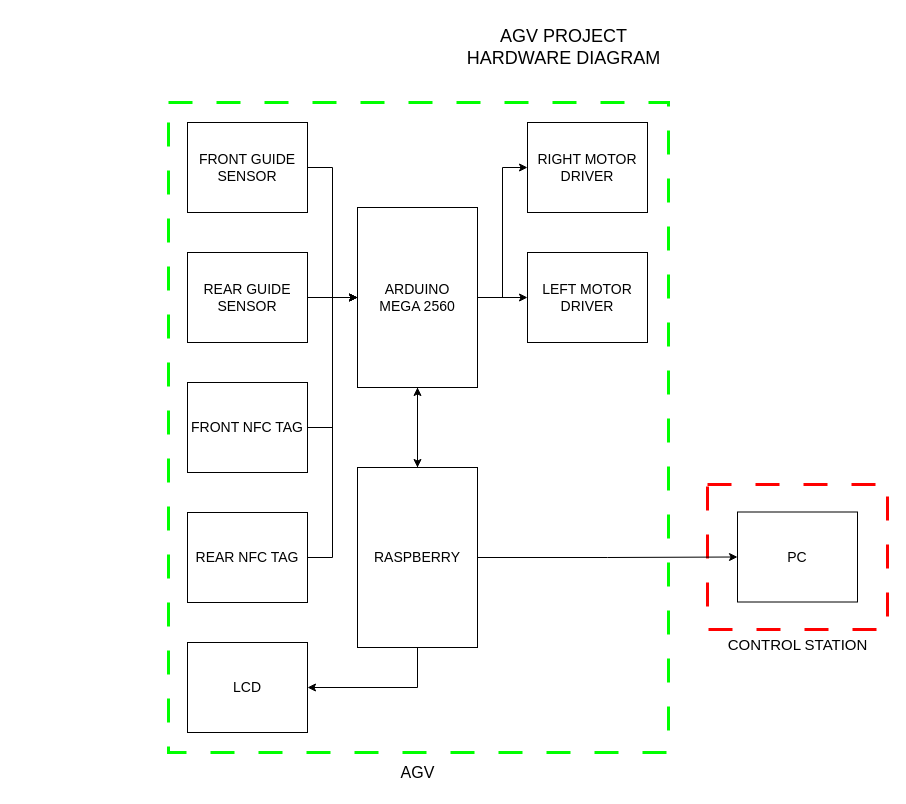
Earlier version of the draw.io diagram page "LF Version" (1 of 2) of Electrical/Breakdown/AGV Hardware Diagram.drawio (AlfonsusGiovanni/Automated-Guided-Vehicle). Source tidied: cells renumbered, new cells numbered last; positions are measured from the earlier drawing's top-left corner, leaving out a move shared by most shapes. Both pictures are drawn from the tidied source at 100%, with x=0, y=0 at pixel (168, 17).
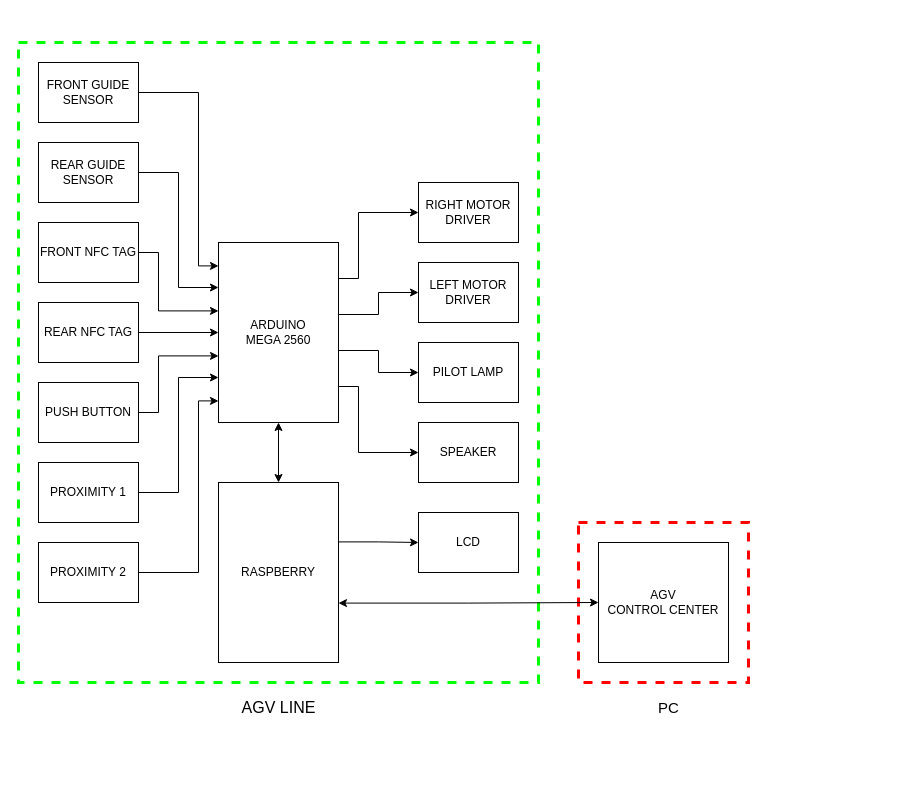
The same page after the edit.

The edit, as a diff of the source:
```diff
@@
-    <mxCell id="2" style="whiteSpace=wrap;html=1;fillColor=none;dashed=1;dashPattern=8 8;strokeWidth=3;strokeColor=#FF0000;" parent="1" vertex="1">
-      <mxGeometry x="539" y="467" width="180" height="145" as="geometry" />
+    <mxCell id="2" style="whiteSpace=wrap;html=1;fillColor=none;dashed=1;strokeWidth=3;strokeColor=#FF0000;" parent="1" vertex="1">
+      <mxGeometry x="410" y="505" width="170" height="160" as="geometry" />
     </mxCell>
-    <mxCell id="3" style="whiteSpace=wrap;html=1;fillColor=none;dashed=1;dashPattern=8 8;strokeWidth=3;strokeColor=#00FF00;" parent="1" vertex="1">
-      <mxGeometry y="85" width="500" height="650" as="geometry" />
+    <mxCell id="3" style="whiteSpace=wrap;html=1;fillColor=none;dashed=1;strokeWidth=3;strokeColor=#00FF00;" parent="1" vertex="1">
+      <mxGeometry x="-150" y="25" width="520" height="640" as="geometry" />
     </mxCell>
-    <mxCell id="4" style="edgeStyle=orthogonalEdgeStyle;rounded=0;jettySize=auto;html=1;exitX=1;exitY=0.5;exitDx=0;exitDy=0;entryX=0;entryY=0.5;entryDx=0;entryDy=0;" parent="1" edge="1" source="7" target="20">
-      <mxGeometry relative="1" as="geometry" />
+    <mxCell id="4" style="edgeStyle=orthogonalEdgeStyle;rounded=0;jettySize=auto;html=1;exitX=1;exitY=0.2;exitDx=0;exitDy=0;exitPerimeter=0;entryX=0;entryY=0.5;entryDx=0;entryDy=0;" parent="1" edge="1" source="7" target="20">
+      <mxGeometry relative="1" as="geometry">
+        <Array as="points">
+          <mxPoint x="190" y="261" />
+          <mxPoint x="190" y="195" />
+        </Array>
+      </mxGeometry>
     </mxCell>
-    <mxCell id="5" style="edgeStyle=orthogonalEdgeStyle;rounded=0;jettySize=auto;html=1;exitX=1;exitY=0.5;exitDx=0;exitDy=0;entryX=0;entryY=0.5;entryDx=0;entryDy=0;" parent="1" edge="1" source="7" target="21">
-      <mxGeometry relative="1" as="geometry" />
+    <mxCell id="5" style="edgeStyle=orthogonalEdgeStyle;rounded=0;jettySize=auto;html=1;exitX=1;exitY=0.4;exitDx=0;exitDy=0;exitPerimeter=0;entryX=0;entryY=0.5;entryDx=0;entryDy=0;" parent="1" edge="1" source="7" target="21">
+      <mxGeometry relative="1" as="geometry">
+        <Array as="points">
+          <mxPoint x="210" y="297" />
+          <mxPoint x="210" y="275" />
+        </Array>
+      </mxGeometry>
     </mxCell>
+    <mxCell id="27" style="edgeStyle=orthogonalEdgeStyle;rounded=0;jettySize=auto;html=1;exitX=1;exitY=0.6;exitDx=0;exitDy=0;exitPerimeter=0;entryX=0;entryY=0.5;entryDx=0;entryDy=0;" parent="1" edge="1" source="7" target="31">
+      <mxGeometry relative="1" as="geometry">
+        <Array as="points">
+          <mxPoint x="210" y="333" />
+          <mxPoint x="210" y="355" />
+        </Array>
+      </mxGeometry>
+    </mxCell>
+    <mxCell id="28" style="edgeStyle=orthogonalEdgeStyle;rounded=0;jettySize=auto;html=1;exitX=1;exitY=0.8;exitDx=0;exitDy=0;exitPerimeter=0;entryX=0;entryY=0.5;entryDx=0;entryDy=0;" parent="1" edge="1" source="7" target="32">
+      <mxGeometry relative="1" as="geometry">
+        <Array as="points">
+          <mxPoint x="190" y="369" />
+          <mxPoint x="190" y="435" />
+        </Array>
+      </mxGeometry>
+    </mxCell>
-    <mxCell id="6" style="edgeStyle=orthogonalEdgeStyle;rounded=0;jettySize=auto;html=1;exitX=0.5;exitY=1;exitDx=0;exitDy=0;entryX=0.5;entryY=0;entryDx=0;entryDy=0;" parent="1" edge="1" source="7" target="11">
+    <mxCell id="6" style="edgeStyle=orthogonalEdgeStyle;rounded=0;jettySize=auto;html=1;exitX=0.5;exitY=1;exitDx=0;exitDy=0;exitPerimeter=0;entryX=0.5;entryY=0;entryDx=0;entryDy=0;startArrow=classic;startFill=1;" parent="1" edge="1" source="7" target="11">
       <mxGeometry relative="1" as="geometry" />
     </mxCell>
-    <mxCell id="7" value="ARDUINO&lt;br style=&quot;font-size: 14px;&quot;&gt;MEGA 2560" style="rounded=0;whiteSpace=wrap;html=1;fillColor=none;fontSize=14;" parent="1" vertex="1">
-      <mxGeometry x="189" y="190" width="120" height="180" as="geometry" />
+    <mxCell id="7" value="ARDUINO&lt;br style=&quot;font-size: 12px;&quot;&gt;MEGA 2560" style="rounded=0;whiteSpace=wrap;html=1;fillColor=none;fontSize=12;points=[[0,0,0,0,0],[0,0.13,0,0,0],[0,0.25,0,0,0],[0,0.38,0,0,0],[0,0.5,0,0,0],[0,0.63,0,0,0],[0,0.75,0,0,0],[0,0.88,0,0,0],[0,1,0,0,0],[0.25,0,0,0,0],[0.25,1,0,0,0],[0.5,0,0,0,0],[0.5,1,0,0,0],[0.75,0,0,0,0],[0.75,1,0,0,0],[1,0,0,0,0],[1,0.2,0,0,0],[1,0.4,0,0,0],[1,0.6,0,0,0],[1,0.8,0,0,0],[1,1,0,0,0]];" parent="1" vertex="1">
+      <mxGeometry x="50" y="225" width="120" height="180" as="geometry" />
     </mxCell>
-    <mxCell id="8" style="edgeStyle=orthogonalEdgeStyle;rounded=0;jettySize=auto;html=1;exitX=0.5;exitY=1;exitDx=0;exitDy=0;entryX=1;entryY=0.5;entryDx=0;entryDy=0;" parent="1" edge="1" source="11" target="22">
+    <mxCell id="8" style="edgeStyle=orthogonalEdgeStyle;rounded=0;jettySize=auto;html=1;exitX=1;exitY=0.33;exitDx=0;exitDy=0;exitPerimeter=0;entryX=0;entryY=0.5;entryDx=0;entryDy=0;" parent="1" edge="1" source="11" target="22">
       <mxGeometry relative="1" as="geometry" />
     </mxCell>
-    <mxCell id="9" style="edgeStyle=orthogonalEdgeStyle;rounded=0;jettySize=auto;html=1;exitX=0.5;exitY=0;exitDx=0;exitDy=0;entryX=0.5;entryY=1;entryDx=0;entryDy=0;" parent="1" edge="1" source="11" target="7">
-      <mxGeometry relative="1" as="geometry" />
-    </mxCell>
-    <mxCell id="10" style="edgeStyle=orthogonalEdgeStyle;rounded=0;jettySize=auto;html=1;exitX=1;exitY=0.5;exitDx=0;exitDy=0;entryX=0;entryY=0.5;entryDx=0;entryDy=0;" parent="1" edge="1" source="11" target="23">
+    <mxCell id="10" style="edgeStyle=orthogonalEdgeStyle;rounded=0;jettySize=auto;html=1;exitX=1;exitY=0.67;exitDx=0;exitDy=0;exitPerimeter=0;entryX=0;entryY=0.5;entryDx=0;entryDy=0;startArrow=classic;startFill=1;" parent="1" edge="1" source="11" target="23">
       <mxGeometry relative="1" as="geometry" />
     </mxCell>
-    <mxCell id="11" value="RASPBERRY" style="rounded=0;whiteSpace=wrap;html=1;fillColor=none;fontSize=14;" parent="1" vertex="1">
-      <mxGeometry x="189" y="450" width="120" height="180" as="geometry" />
+    <mxCell id="11" value="RASPBERRY" style="rounded=0;whiteSpace=wrap;html=1;fillColor=none;fontSize=12;points=[[0,0,0,0,0],[0,0.25,0,0,0],[0,0.5,0,0,0],[0,0.75,0,0,0],[0,1,0,0,0],[0.25,0,0,0,0],[0.25,1,0,0,0],[0.5,0,0,0,0],[0.5,1,0,0,0],[0.75,0,0,0,0],[0.75,1,0,0,0],[1,0,0,0,0],[1,0.33,0,0,0],[1,0.67,0,0,0],[1,1,0,0,0]];" parent="1" vertex="1">
+      <mxGeometry x="50" y="465" width="120" height="180" as="geometry" />
     </mxCell>
-    <mxCell id="12" style="edgeStyle=orthogonalEdgeStyle;rounded=0;jettySize=auto;html=1;exitX=1;exitY=0.5;exitDx=0;exitDy=0;entryX=0;entryY=0.5;entryDx=0;entryDy=0;" parent="1" edge="1" source="13" target="7">
-      <mxGeometry relative="1" as="geometry" />
-    </mxCell>
-    <mxCell id="13" value="FRONT GUIDE SENSOR" style="rounded=0;whiteSpace=wrap;html=1;fillColor=none;fontSize=14;" parent="1" vertex="1">
-      <mxGeometry x="19" y="105" width="120" height="90" as="geometry" />
+    <mxCell id="13" value="FRONT GUIDE SENSOR" style="rounded=0;whiteSpace=wrap;html=1;fillColor=none;fontSize=12;" parent="1" vertex="1">
+      <mxGeometry x="-130" y="45" width="100" height="60" as="geometry" />
     </mxCell>
-    <mxCell id="14" style="edgeStyle=orthogonalEdgeStyle;rounded=0;jettySize=auto;html=1;exitX=1;exitY=0.5;exitDx=0;exitDy=0;entryX=0;entryY=0.5;entryDx=0;entryDy=0;" parent="1" edge="1" source="15" target="7">
-      <mxGeometry relative="1" as="geometry" />
-    </mxCell>
-    <mxCell id="15" value="REAR GUIDE SENSOR" style="rounded=0;whiteSpace=wrap;html=1;fillColor=none;fontSize=14;" parent="1" vertex="1">
-      <mxGeometry x="19" y="235" width="120" height="90" as="geometry" />
+    <mxCell id="15" value="REAR GUIDE SENSOR" style="rounded=0;whiteSpace=wrap;html=1;fillColor=none;fontSize=12;" parent="1" vertex="1">
+      <mxGeometry x="-130" y="125" width="100" height="60" as="geometry" />
     </mxCell>
-    <mxCell id="16" style="edgeStyle=orthogonalEdgeStyle;rounded=0;jettySize=auto;html=1;exitX=1;exitY=0.5;exitDx=0;exitDy=0;entryX=0;entryY=0.5;entryDx=0;entryDy=0;" parent="1" edge="1" source="17" target="7">
-      <mxGeometry relative="1" as="geometry" />
-    </mxCell>
-    <mxCell id="17" value="FRONT NFC TAG" style="rounded=0;whiteSpace=wrap;html=1;fillColor=none;fontSize=14;" parent="1" vertex="1">
-      <mxGeometry x="19" y="365" width="120" height="90" as="geometry" />
+    <mxCell id="17" value="FRONT NFC TAG" style="rounded=0;whiteSpace=wrap;html=1;fillColor=none;fontSize=12;" parent="1" vertex="1">
+      <mxGeometry x="-130" y="205" width="100" height="60" as="geometry" />
     </mxCell>
-    <mxCell id="18" style="edgeStyle=orthogonalEdgeStyle;rounded=0;jettySize=auto;html=1;exitX=1;exitY=0.5;exitDx=0;exitDy=0;entryX=0;entryY=0.5;entryDx=0;entryDy=0;" parent="1" edge="1" source="19" target="7">
-      <mxGeometry relative="1" as="geometry" />
-    </mxCell>
-    <mxCell id="19" value="REAR NFC TAG" style="rounded=0;whiteSpace=wrap;html=1;fillColor=none;fontSize=14;" parent="1" vertex="1">
-      <mxGeometry x="19" y="495" width="120" height="90" as="geometry" />
+    <mxCell id="19" value="PUSH BUTTON" style="rounded=0;whiteSpace=wrap;html=1;fillColor=none;fontSize=12;" parent="1" vertex="1">
+      <mxGeometry x="-130" y="365" width="100" height="60" as="geometry" />
     </mxCell>
-    <mxCell id="20" value="RIGHT MOTOR&lt;div&gt;DRIVER&lt;/div&gt;" style="rounded=0;whiteSpace=wrap;html=1;fillColor=none;fontSize=14;" parent="1" vertex="1">
-      <mxGeometry x="359" y="105" width="120" height="90" as="geometry" />
+    <mxCell id="20" value="RIGHT MOTOR&lt;div style=&quot;font-size: 12px;&quot;&gt;DRIVER&lt;/div&gt;" style="rounded=0;whiteSpace=wrap;html=1;fillColor=none;fontSize=12;" parent="1" vertex="1">
+      <mxGeometry x="250" y="165" width="100" height="60" as="geometry" />
     </mxCell>
-    <mxCell id="21" value="LEFT MOTOR&lt;div&gt;DRIVER&lt;/div&gt;" style="rounded=0;whiteSpace=wrap;html=1;fillColor=none;fontSize=14;" parent="1" vertex="1">
-      <mxGeometry x="359" y="235" width="120" height="90" as="geometry" />
+    <mxCell id="21" value="LEFT MOTOR&lt;div style=&quot;font-size: 12px;&quot;&gt;DRIVER&lt;/div&gt;" style="rounded=0;whiteSpace=wrap;html=1;fillColor=none;fontSize=12;" parent="1" vertex="1">
+      <mxGeometry x="250" y="245" width="100" height="60" as="geometry" />
     </mxCell>
-    <mxCell id="22" value="LCD" style="rounded=0;whiteSpace=wrap;html=1;fillColor=none;fontSize=14;" parent="1" vertex="1">
-      <mxGeometry x="19" y="625" width="120" height="90" as="geometry" />
+    <mxCell id="22" value="LCD" style="rounded=0;whiteSpace=wrap;html=1;fillColor=none;fontSize=12;" parent="1" vertex="1">
+      <mxGeometry x="250" y="495" width="100" height="60" as="geometry" />
     </mxCell>
-    <mxCell id="23" value="PC" style="rounded=0;whiteSpace=wrap;html=1;fillColor=none;fontSize=14;" parent="1" vertex="1">
-      <mxGeometry x="569" y="494.5" width="120" height="90" as="geometry" />
+    <mxCell id="23" value="AGV&lt;div&gt;CONTROL CENTER&lt;/div&gt;" style="rounded=0;whiteSpace=wrap;html=1;fillColor=none;fontSize=12;" parent="1" vertex="1">
+      <mxGeometry x="430" y="525" width="130" height="120" as="geometry" />
     </mxCell>
-    <mxCell id="24" value="AGV PROJECT&lt;div style=&quot;font-size: 18px;&quot;&gt;HARDWARE DIAGRAM&lt;/div&gt;" style="text;html=1;align=center;verticalAlign=middle;strokeColor=none;fillColor=none;spacing=2;fontSize=18;" parent="1" vertex="1">
-      <mxGeometry x="285" width="220" height="60" as="geometry" />
-    </mxCell>
-    <mxCell id="25" value="AGV" style="text;html=1;align=center;verticalAlign=middle;strokeColor=none;fillColor=none;fontSize=16;" parent="1" vertex="1">
-      <mxGeometry x="219" y="740" width="60" height="30" as="geometry" />
+    <mxCell id="25" value="AGV LINE" style="text;html=1;align=center;verticalAlign=middle;strokeColor=none;fillColor=none;fontSize=16;" parent="1" vertex="1">
+      <mxGeometry x="60" y="675" width="100" height="30" as="geometry" />
     </mxCell>
-    <mxCell id="26" value="CONTROL STATION" style="text;html=1;align=center;verticalAlign=middle;strokeColor=none;fillColor=none;fontSize=15;" parent="1" vertex="1">
-      <mxGeometry x="549" y="612" width="160" height="30" as="geometry" />
+    <mxCell id="26" value="PC" style="text;html=1;align=center;verticalAlign=middle;strokeColor=none;fillColor=none;fontSize=15;" parent="1" vertex="1">
+      <mxGeometry x="480" y="675" width="40" height="30" as="geometry" />
     </mxCell>
+    <mxCell id="29" value="&lt;span style=&quot;background-color: initial; font-size: 12px;&quot;&gt;PROXIMITY 1&lt;/span&gt;" style="rounded=0;whiteSpace=wrap;html=1;fillColor=none;fontSize=12;" parent="1" vertex="1">
+      <mxGeometry x="-130" y="445" width="100" height="60" as="geometry" />
+    </mxCell>
+    <mxCell id="30" value="PROXIMITY 2" style="rounded=0;whiteSpace=wrap;html=1;fillColor=none;fontSize=12;" parent="1" vertex="1">
+      <mxGeometry x="-130" y="525" width="100" height="60" as="geometry" />
+    </mxCell>
+    <mxCell id="31" value="PILOT LAMP" style="rounded=0;whiteSpace=wrap;html=1;fillColor=none;fontSize=12;" parent="1" vertex="1">
+      <mxGeometry x="250" y="325" width="100" height="60" as="geometry" />
+    </mxCell>
+    <mxCell id="32" value="SPEAKER" style="rounded=0;whiteSpace=wrap;html=1;fillColor=none;fontSize=12;" parent="1" vertex="1">
+      <mxGeometry x="250" y="405" width="100" height="60" as="geometry" />
+    </mxCell>
+    <mxCell id="33" value="REAR NFC TAG" style="rounded=0;whiteSpace=wrap;html=1;fillColor=none;fontSize=12;" parent="1" vertex="1">
+      <mxGeometry x="-130" y="285" width="100" height="60" as="geometry" />
+    </mxCell>
+    <mxCell id="12" style="edgeStyle=orthogonalEdgeStyle;rounded=0;jettySize=auto;html=1;exitX=1;exitY=0.5;exitDx=0;exitDy=0;entryX=0;entryY=0.13;entryDx=0;entryDy=0;entryPerimeter=0;" parent="1" edge="1" source="13" target="7">
+      <mxGeometry relative="1" as="geometry">
+        <Array as="points">
+          <mxPoint x="30" y="75" />
+          <mxPoint x="30" y="248" />
+        </Array>
+      </mxGeometry>
+    </mxCell>
+    <mxCell id="14" style="edgeStyle=orthogonalEdgeStyle;rounded=0;jettySize=auto;html=1;exitX=1;exitY=0.5;exitDx=0;exitDy=0;entryX=0;entryY=0.25;entryDx=0;entryDy=0;entryPerimeter=0;" parent="1" edge="1" source="15" target="7">
+      <mxGeometry relative="1" as="geometry" />
+    </mxCell>
+    <mxCell id="16" style="edgeStyle=orthogonalEdgeStyle;rounded=0;jettySize=auto;html=1;exitX=1;exitY=0.5;exitDx=0;exitDy=0;entryX=0;entryY=0.38;entryDx=0;entryDy=0;entryPerimeter=0;" parent="1" edge="1" source="17" target="7">
+      <mxGeometry relative="1" as="geometry">
+        <Array as="points">
+          <mxPoint x="-10" y="235" />
+          <mxPoint x="-10" y="293" />
+        </Array>
+      </mxGeometry>
+    </mxCell>
+    <mxCell id="34" style="edgeStyle=orthogonalEdgeStyle;rounded=0;jettySize=auto;html=1;exitX=1;exitY=0.5;exitDx=0;exitDy=0;entryX=0;entryY=0.5;entryDx=0;entryDy=0;entryPerimeter=0;" parent="1" edge="1" source="33" target="7">
+      <mxGeometry relative="1" as="geometry" />
+    </mxCell>
+    <mxCell id="18" style="edgeStyle=orthogonalEdgeStyle;rounded=0;jettySize=auto;html=1;exitX=1;exitY=0.5;exitDx=0;exitDy=0;entryX=0;entryY=0.63;entryDx=0;entryDy=0;entryPerimeter=0;" parent="1" edge="1" source="19" target="7">
+      <mxGeometry relative="1" as="geometry">
+        <Array as="points">
+          <mxPoint x="-10" y="395" />
+          <mxPoint x="-10" y="338" />
+        </Array>
+      </mxGeometry>
+    </mxCell>
+    <mxCell id="35" style="edgeStyle=orthogonalEdgeStyle;rounded=0;jettySize=auto;html=1;exitX=1;exitY=0.5;exitDx=0;exitDy=0;entryX=0;entryY=0.75;entryDx=0;entryDy=0;entryPerimeter=0;" parent="1" edge="1" source="29" target="7">
+      <mxGeometry relative="1" as="geometry" />
+    </mxCell>
+    <mxCell id="36" style="edgeStyle=orthogonalEdgeStyle;rounded=0;jettySize=auto;html=1;exitX=1;exitY=0.5;exitDx=0;exitDy=0;entryX=0;entryY=0.88;entryDx=0;entryDy=0;entryPerimeter=0;" parent="1" edge="1" source="30" target="7">
+      <mxGeometry relative="1" as="geometry">
+        <Array as="points">
+          <mxPoint x="30" y="555" />
+          <mxPoint x="30" y="383" />
+        </Array>
+      </mxGeometry>
+    </mxCell>
```
